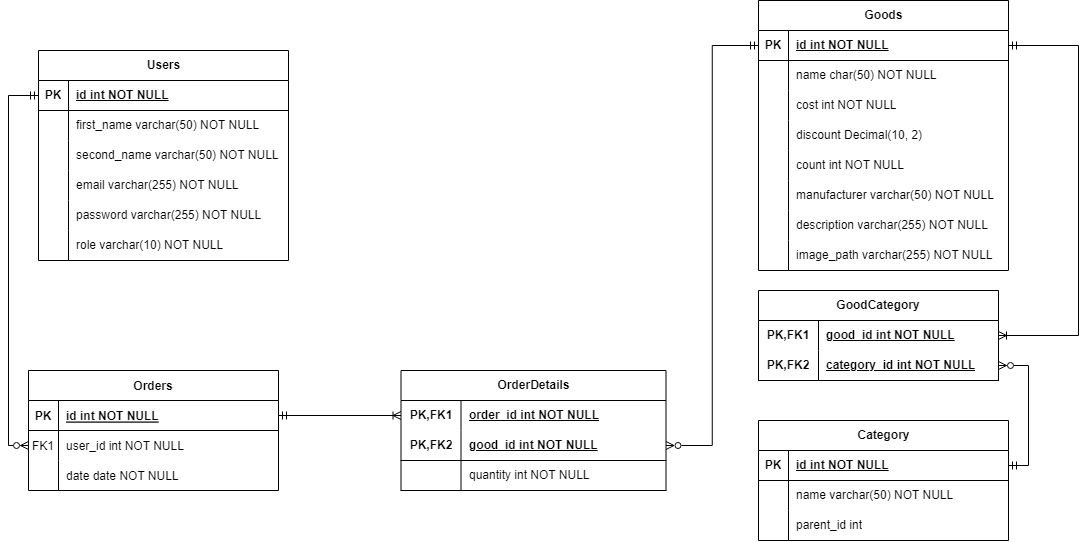
The draw.io diagram data_model/Data Model.png in PtichkinSergey/web-store-java-vue, before a commit. Source tidied: cells renumbered, new cells last; positions are measured from the earlier drawing's top-left corner, leaving out a move shared by most shapes.
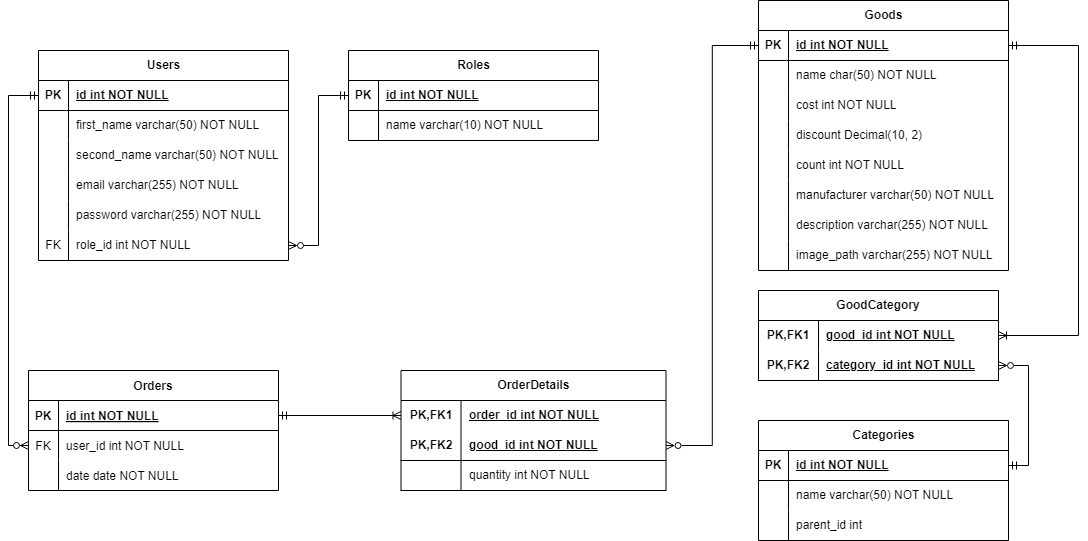
After the commit.

Diff of the diagram source:
```diff
@@ -17,7 +17,7 @@
     <mxCell id="6" style="shape=partialRectangle;fillColor=none;points=[[0,0.5],[1,0.5]];portConstraint=eastwest;top=0;left=0;right=0;bottom=0;" parent="2" vertex="1">
       <mxGeometry y="60" width="250" height="30" as="geometry" />
     </mxCell>
-    <mxCell id="7" value="FK1" style="shape=partialRectangle;overflow=hidden;fillColor=none;top=0;left=0;bottom=0;right=0;" parent="6" vertex="1">
+    <mxCell id="7" value="FK" style="shape=partialRectangle;overflow=hidden;fillColor=none;top=0;left=0;bottom=0;right=0;" parent="6" vertex="1">
       <mxGeometry width="30" height="30" as="geometry" />
     </mxCell>
     <mxCell id="8" value="user_id int NOT NULL" style="shape=partialRectangle;overflow=hidden;fillColor=none;top=0;left=0;bottom=0;right=0;align=left;spacingLeft=6;" parent="6" vertex="1">
@@ -83,10 +83,10 @@
     <mxCell id="28" style="shape=tableRow;horizontal=0;startSize=0;swimlaneHead=0;swimlaneBody=0;fillColor=none;points=[[0,0.5],[1,0.5]];portConstraint=eastwest;top=0;left=0;right=0;bottom=0;" parent="12" vertex="1">
       <mxGeometry y="180" width="250" height="30" as="geometry" />
     </mxCell>
-    <mxCell id="29" style="shape=partialRectangle;fillColor=none;top=0;left=0;bottom=0;right=0;overflow=hidden;whiteSpace=wrap;html=1;" parent="28" vertex="1">
+    <mxCell id="29" value="FK" style="shape=partialRectangle;fillColor=none;top=0;left=0;bottom=0;right=0;overflow=hidden;whiteSpace=wrap;html=1;" parent="28" vertex="1">
       <mxGeometry width="30" height="30" as="geometry" />
     </mxCell>
-    <mxCell id="30" value="role varchar(10) NOT NULL" style="shape=partialRectangle;fillColor=none;top=0;left=0;bottom=0;right=0;align=left;spacingLeft=6;overflow=hidden;whiteSpace=wrap;html=1;" parent="28" vertex="1">
+    <mxCell id="30" value="role_id int NOT NULL" style="shape=partialRectangle;fillColor=none;top=0;left=0;bottom=0;right=0;align=left;spacingLeft=6;overflow=hidden;whiteSpace=wrap;html=1;" parent="28" vertex="1">
       <mxGeometry x="30" width="220" height="30" as="geometry" />
     </mxCell>
     <mxCell id="31" style="edgeStyle=orthogonalEdgeStyle;rounded=0;jettySize=auto;html=1;exitX=0;exitY=0.5;exitDx=0;exitDy=0;entryX=0;entryY=0.5;entryDx=0;entryDy=0;endArrow=ERzeroToMany;endFill=0;startArrow=ERmandOne;startFill=0;" parent="1" edge="1" source="13" target="6">
@@ -97,7 +97,7 @@
         </Array>
       </mxGeometry>
     </mxCell>
-    <mxCell id="32" value="Category" style="shape=table;startSize=30;rowLines=0;fontStyle=1;align=center;html=1;" parent="1" vertex="1">
+    <mxCell id="32" value="Categories" style="shape=table;startSize=30;rowLines=0;fontStyle=1;align=center;html=1;" parent="1" vertex="1">
       <mxGeometry x="750" y="420" width="250" height="120" as="geometry" />
     </mxCell>
     <mxCell id="33" style="shape=tableRow;horizontal=0;startSize=0;swimlaneHead=0;swimlaneBody=0;fillColor=none;points=[[0,0.5],[1,0.5]];portConstraint=eastwest;top=0;left=0;right=0;bottom=1;" parent="32" vertex="1">
@@ -281,5 +281,29 @@
     <mxCell id="89" style="shape=partialRectangle;fillColor=none;top=0;left=0;bottom=0;right=0;overflow=hidden;whiteSpace=wrap;html=1;" parent="88" vertex="1">
       <mxGeometry width="30" height="30" as="geometry" />
     </mxCell>
+    <mxCell id="90" value="Roles" style="shape=table;startSize=30;rowLines=0;fontStyle=1;align=center;html=1;" parent="1" vertex="1">
+      <mxGeometry x="340" y="50" width="250" height="90" as="geometry" />
+    </mxCell>
+    <mxCell id="91" style="shape=tableRow;horizontal=0;startSize=0;swimlaneHead=0;swimlaneBody=0;fillColor=none;points=[[0,0.5],[1,0.5]];portConstraint=eastwest;top=0;left=0;right=0;bottom=1;" parent="90" vertex="1">
+      <mxGeometry y="30" width="250" height="30" as="geometry" />
+    </mxCell>
+    <mxCell id="92" value="PK" style="shape=partialRectangle;fillColor=none;top=0;left=0;bottom=0;right=0;fontStyle=1;overflow=hidden;whiteSpace=wrap;html=1;" parent="91" vertex="1">
+      <mxGeometry width="30" height="30" as="geometry" />
+    </mxCell>
+    <mxCell id="93" value="id int NOT NULL" style="shape=partialRectangle;fillColor=none;top=0;left=0;bottom=0;right=0;align=left;spacingLeft=6;fontStyle=5;overflow=hidden;whiteSpace=wrap;html=1;" parent="91" vertex="1">
+      <mxGeometry x="30" width="220" height="30" as="geometry" />
+    </mxCell>
+    <mxCell id="94" style="shape=tableRow;horizontal=0;startSize=0;swimlaneHead=0;swimlaneBody=0;fillColor=none;top=0;left=0;right=0;bottom=0;" parent="90" vertex="1">
+      <mxGeometry y="60" width="250" height="30" as="geometry" />
+    </mxCell>
+    <mxCell id="95" style="shape=partialRectangle;fillColor=none;top=0;left=0;bottom=0;right=0;overflow=hidden;whiteSpace=wrap;html=1;" parent="94" vertex="1">
+      <mxGeometry width="30" height="30" as="geometry" />
+    </mxCell>
+    <mxCell id="96" value="name varchar(10) NOT NULL" style="shape=partialRectangle;fillColor=none;top=0;left=0;bottom=0;right=0;align=left;spacingLeft=6;overflow=hidden;whiteSpace=wrap;html=1;" parent="94" vertex="1">
+      <mxGeometry x="30" width="220" height="30" as="geometry" />
+    </mxCell>
+    <mxCell id="97" style="edgeStyle=orthogonalEdgeStyle;rounded=0;jettySize=auto;html=1;exitX=1;exitY=0.5;exitDx=0;exitDy=0;entryX=0;entryY=0.5;entryDx=0;entryDy=0;endArrow=ERmandOne;endFill=0;startArrow=ERzeroToMany;startFill=0;" parent="1" edge="1" source="28" target="91">
+      <mxGeometry relative="1" as="geometry" />
+    </mxCell>
   </root>
 </mxGraphModel>
```
